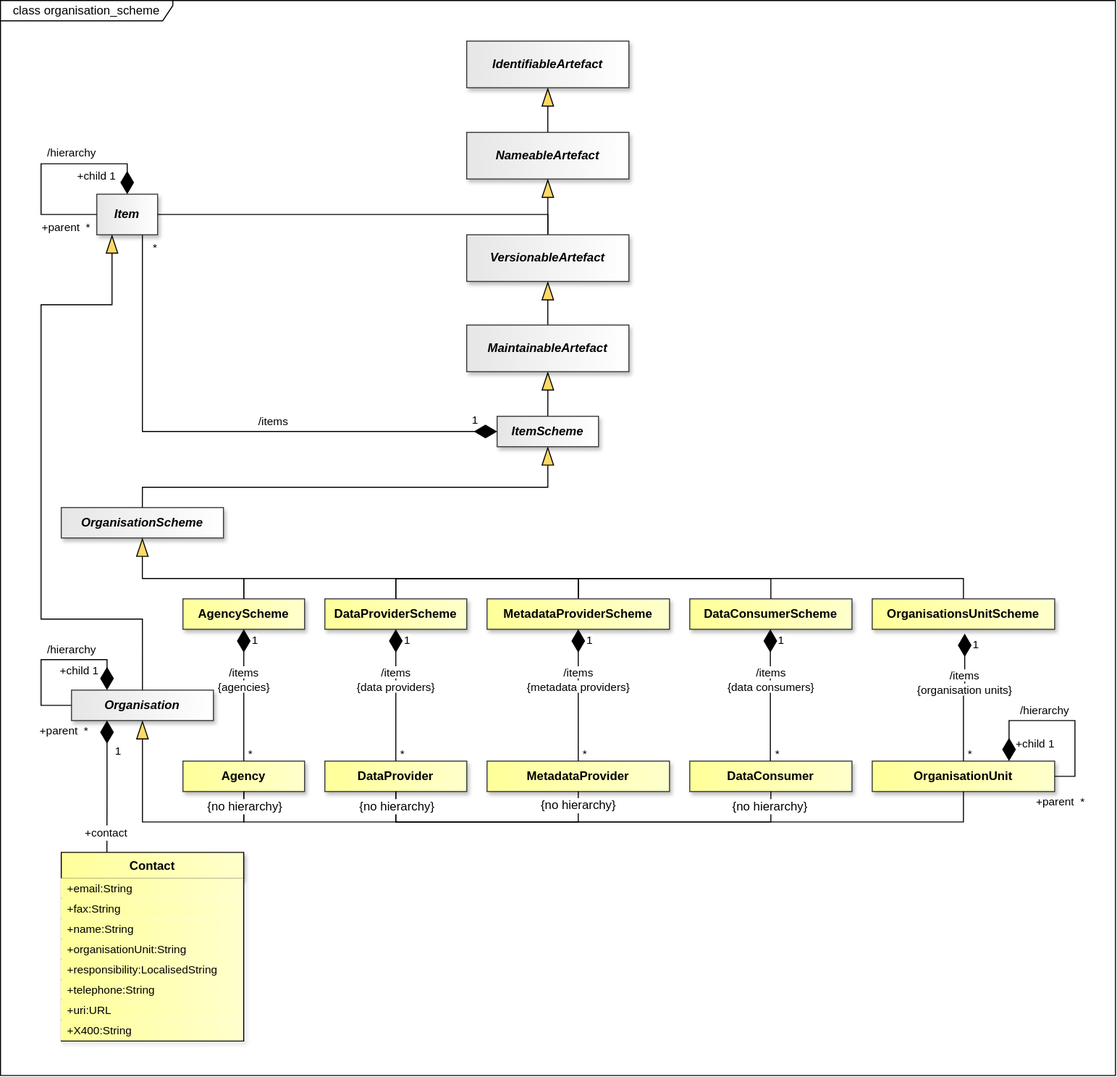
sdmx-twg/sdmx-im keeps this draw.io diagram as docs/information_model/media/sdmx_base-organisation_scheme.svg. Above is the earlier version. Source tidied: cells renumbered, new cells last; positions are measured from the earlier drawing's top-left corner, leaving out a move shared by most shapes.
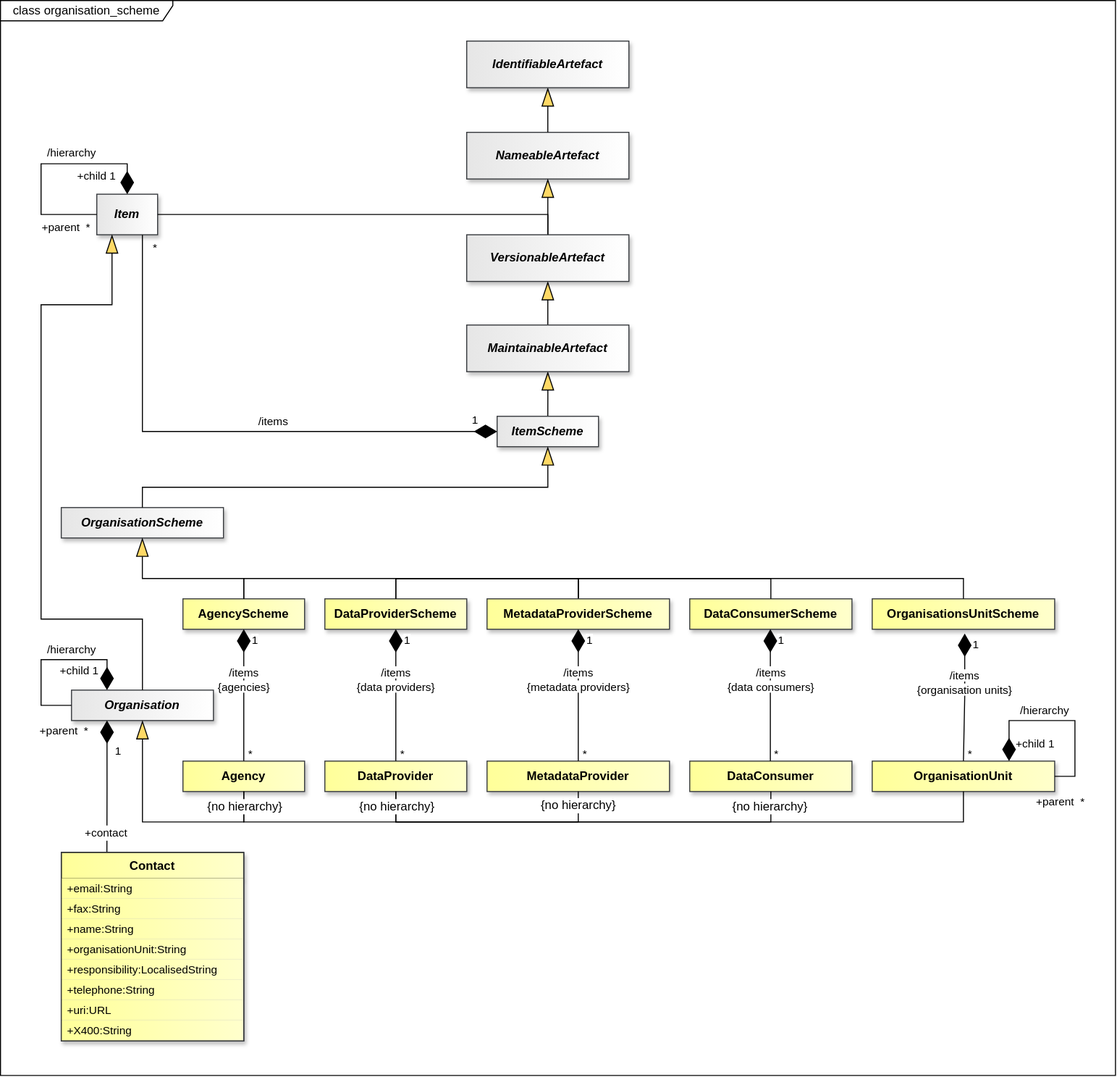
Above is the later version.

Change to the diagram source:
```diff
@@ -404,28 +404,28 @@
     <mxCell id="88" value="Contact" style="swimlane;fontStyle=1;align=center;verticalAlign=top;horizontal=1;startSize=26;whiteSpace=wrap;html=1;fillColor=light-dark(#FFFF99,#FFFF99);strokeColor=light-dark(#000000,#000000);gradientDirection=east;swimlaneLine=1;fontColor=light-dark(#000000,#000000);labelBackgroundColor=none;textShadow=0;gradientColor=light-dark(#FFFFCC,#FFFFCC);shadow=1;" parent="1" vertex="1">
       <mxGeometry x="60" y="840" width="180" height="186" as="geometry" />
     </mxCell>
-    <mxCell id="89" value="+email:String" style="text;strokeColor=none;fillColor=light-dark(#FFFF99,#FFFF99);align=left;verticalAlign=middle;spacingLeft=4;spacingRight=4;overflow=hidden;whiteSpace=wrap;html=1;fontSize=11;gradientColor=light-dark(#FFFFCC,#FFFFCC);gradientDirection=east;fontColor=light-dark(#000000,#000000);strokeWidth=0;" parent="88" vertex="1">
+    <mxCell id="89" value="+email:String" style="text;strokeColor=none;fillColor=light-dark(#FFFF99,#FFFF99);align=left;verticalAlign=middle;spacingLeft=4;spacingRight=4;overflow=hidden;whiteSpace=wrap;html=1;fontSize=11;gradientColor=light-dark(#FFFFCC,#FFFFCC);gradientDirection=east;fontColor=light-dark(#000000,#000000);strokeWidth=0;shadow=1;" parent="88" vertex="1">
       <mxGeometry y="26" width="180" height="20" as="geometry" />
     </mxCell>
-    <mxCell id="90" value="+fax:String" style="text;strokeColor=none;fillColor=light-dark(#FFFF99,#FFFF99);align=left;verticalAlign=middle;spacingLeft=4;spacingRight=4;overflow=hidden;whiteSpace=wrap;html=1;fontSize=11;gradientColor=light-dark(#FFFFCC,#FFFFCC);gradientDirection=east;fontColor=light-dark(#000000,#000000);strokeWidth=0;" parent="88" vertex="1">
+    <mxCell id="90" value="+fax:String" style="text;strokeColor=none;fillColor=light-dark(#FFFF99,#FFFF99);align=left;verticalAlign=middle;spacingLeft=4;spacingRight=4;overflow=hidden;whiteSpace=wrap;html=1;fontSize=11;gradientColor=light-dark(#FFFFCC,#FFFFCC);gradientDirection=east;fontColor=light-dark(#000000,#000000);strokeWidth=0;shadow=1;" parent="88" vertex="1">
       <mxGeometry y="46" width="180" height="20" as="geometry" />
     </mxCell>
-    <mxCell id="91" value="+name:String" style="text;strokeColor=none;fillColor=light-dark(#FFFF99,#FFFF99);align=left;verticalAlign=middle;spacingLeft=4;spacingRight=4;overflow=hidden;whiteSpace=wrap;html=1;fontSize=11;gradientColor=light-dark(#FFFFCC,#FFFFCC);gradientDirection=east;fontColor=light-dark(#000000,#000000);strokeWidth=0;" parent="88" vertex="1">
+    <mxCell id="91" value="+name:String" style="text;strokeColor=none;fillColor=light-dark(#FFFF99,#FFFF99);align=left;verticalAlign=middle;spacingLeft=4;spacingRight=4;overflow=hidden;whiteSpace=wrap;html=1;fontSize=11;gradientColor=light-dark(#FFFFCC,#FFFFCC);gradientDirection=east;fontColor=light-dark(#000000,#000000);strokeWidth=0;shadow=1;" parent="88" vertex="1">
       <mxGeometry y="66" width="180" height="20" as="geometry" />
     </mxCell>
-    <mxCell id="92" value="+organisationUnit:String" style="text;strokeColor=none;fillColor=light-dark(#FFFF99,#FFFF99);align=left;verticalAlign=middle;spacingLeft=4;spacingRight=4;overflow=hidden;whiteSpace=wrap;html=1;fontSize=11;gradientColor=light-dark(#FFFFCC,#FFFFCC);gradientDirection=east;fontColor=light-dark(#000000,#000000);strokeWidth=0;" parent="88" vertex="1">
+    <mxCell id="92" value="+organisationUnit:String" style="text;strokeColor=none;fillColor=light-dark(#FFFF99,#FFFF99);align=left;verticalAlign=middle;spacingLeft=4;spacingRight=4;overflow=hidden;whiteSpace=wrap;html=1;fontSize=11;gradientColor=light-dark(#FFFFCC,#FFFFCC);gradientDirection=east;fontColor=light-dark(#000000,#000000);strokeWidth=0;shadow=1;" parent="88" vertex="1">
       <mxGeometry y="86" width="180" height="20" as="geometry" />
     </mxCell>
-    <mxCell id="93" value="+responsibility:LocalisedString" style="text;strokeColor=none;fillColor=light-dark(#FFFF99,#FFFF99);align=left;verticalAlign=middle;spacingLeft=4;spacingRight=4;overflow=hidden;whiteSpace=wrap;html=1;fontSize=11;gradientColor=light-dark(#FFFFCC,#FFFFCC);gradientDirection=east;fontColor=light-dark(#000000,#000000);strokeWidth=0;" parent="88" vertex="1">
+    <mxCell id="93" value="+responsibility:LocalisedString" style="text;strokeColor=none;fillColor=light-dark(#FFFF99,#FFFF99);align=left;verticalAlign=middle;spacingLeft=4;spacingRight=4;overflow=hidden;whiteSpace=wrap;html=1;fontSize=11;gradientColor=light-dark(#FFFFCC,#FFFFCC);gradientDirection=east;fontColor=light-dark(#000000,#000000);strokeWidth=0;shadow=1;" parent="88" vertex="1">
       <mxGeometry y="106" width="180" height="20" as="geometry" />
     </mxCell>
-    <mxCell id="94" value="+telephone:String" style="text;strokeColor=none;fillColor=light-dark(#FFFF99,#FFFF99);align=left;verticalAlign=middle;spacingLeft=4;spacingRight=4;overflow=hidden;whiteSpace=wrap;html=1;fontSize=11;gradientColor=light-dark(#FFFFCC,#FFFFCC);gradientDirection=east;fontColor=light-dark(#000000,#000000);strokeWidth=0;" parent="88" vertex="1">
+    <mxCell id="94" value="+telephone:String" style="text;strokeColor=none;fillColor=light-dark(#FFFF99,#FFFF99);align=left;verticalAlign=middle;spacingLeft=4;spacingRight=4;overflow=hidden;whiteSpace=wrap;html=1;fontSize=11;gradientColor=light-dark(#FFFFCC,#FFFFCC);gradientDirection=east;fontColor=light-dark(#000000,#000000);strokeWidth=0;shadow=1;" parent="88" vertex="1">
       <mxGeometry y="126" width="180" height="20" as="geometry" />
     </mxCell>
-    <mxCell id="95" value="+uri:URL" style="text;strokeColor=none;fillColor=light-dark(#FFFF99,#FFFF99);align=left;verticalAlign=middle;spacingLeft=4;spacingRight=4;overflow=hidden;whiteSpace=wrap;html=1;fontSize=11;gradientColor=light-dark(#FFFFCC,#FFFFCC);gradientDirection=east;fontColor=light-dark(#000000,#000000);strokeWidth=0;" parent="88" vertex="1">
+    <mxCell id="95" value="+uri:URL" style="text;strokeColor=none;fillColor=light-dark(#FFFF99,#FFFF99);align=left;verticalAlign=middle;spacingLeft=4;spacingRight=4;overflow=hidden;whiteSpace=wrap;html=1;fontSize=11;gradientColor=light-dark(#FFFFCC,#FFFFCC);gradientDirection=east;fontColor=light-dark(#000000,#000000);strokeWidth=0;shadow=1;" parent="88" vertex="1">
       <mxGeometry y="146" width="180" height="20" as="geometry" />
     </mxCell>
-    <mxCell id="96" value="+X400:String" style="text;strokeColor=none;fillColor=light-dark(#FFFF99,#FFFF99);align=left;verticalAlign=middle;spacingLeft=4;spacingRight=4;overflow=hidden;whiteSpace=wrap;html=1;fontSize=11;gradientColor=light-dark(#FFFFCC,#FFFFCC);gradientDirection=east;fontColor=light-dark(#000000,#000000);strokeWidth=0;" parent="88" vertex="1">
+    <mxCell id="96" value="+X400:String" style="text;strokeColor=none;fillColor=light-dark(#FFFF99,#FFFF99);align=left;verticalAlign=middle;spacingLeft=4;spacingRight=4;overflow=hidden;whiteSpace=wrap;html=1;fontSize=11;gradientColor=light-dark(#FFFFCC,#FFFFCC);gradientDirection=east;fontColor=light-dark(#000000,#000000);strokeWidth=0;shadow=1;" parent="88" vertex="1">
       <mxGeometry y="166" width="180" height="20" as="geometry" />
     </mxCell>
     <mxCell id="97" value="IdentifiableArtefact" style="whiteSpace=wrap;html=1;verticalAlign=middle;gradientDirection=east;imageVerticalAlign=top;fontStyle=3;fillColor=light-dark(#E6E6E6,#E6E6E6);strokeColor=#36393d;fontColor=light-dark(#000000,#000000);gradientColor=light-dark(#FFFFFF,#FFFFFF);shadow=1;" parent="1" vertex="1">
@@ -437,5 +437,8 @@
     <mxCell id="99" value="MaintainableArtefact" style="whiteSpace=wrap;html=1;verticalAlign=middle;gradientDirection=east;imageVerticalAlign=top;fontStyle=3;fillColor=light-dark(#E6E6E6,#E6E6E6);strokeColor=#36393d;fontColor=light-dark(#000000,#000000);gradientColor=light-dark(#FFFFFF,#FFFFFF);shadow=1;" parent="1" vertex="1">
       <mxGeometry x="459.9" y="320" width="160" height="46" as="geometry" />
     </mxCell>
+    <mxCell id="100" style="rounded=0;whiteSpace=wrap;html=1;fillColor=none;strokeColor=#36393D;" parent="1" vertex="1">
+      <mxGeometry x="60" y="840" width="180" height="186" as="geometry" />
+    </mxCell>
   </root>
 </mxGraphModel>
```
